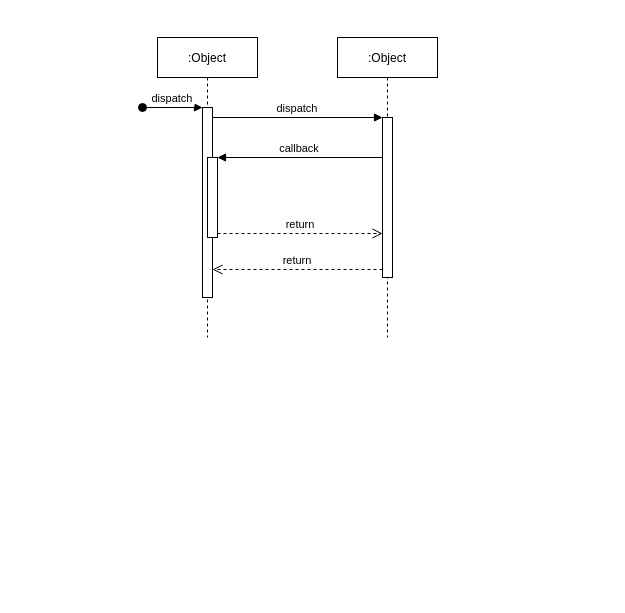
Earlier version of the draw.io diagram Diagram/Login.drawio (hakunhan/employee_management). Source tidied: cells renumbered, new cells numbered last; positions are measured from the earlier drawing's top-left corner, leaving out a move shared by most shapes. Both pictures are drawn from the tidied source at 100%, with x=0, y=0 at pixel (142, 37).
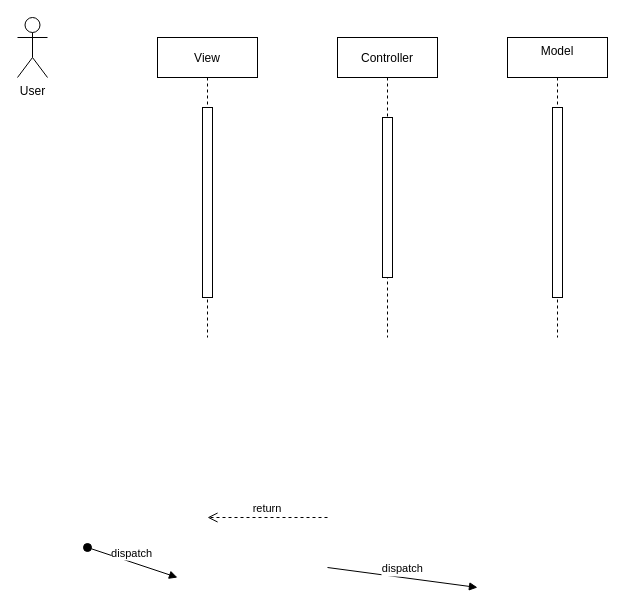
The same page after the edit.

Change to the diagram source:
```diff
@@
 <mxGraphModel>
   <root>
     <mxCell id="0" />
     <mxCell id="1" parent="0" />
-    <mxCell id="2" value=":Object" style="shape=umlLifeline;perimeter=lifelinePerimeter;rounded=0;shadow=0;strokeWidth=1;" parent="1" vertex="1">
+    <mxCell id="2" value="View" style="shape=umlLifeline;perimeter=lifelinePerimeter;rounded=0;shadow=0;strokeWidth=1;" parent="1" vertex="1">
       <mxGeometry x="15" width="100" height="300" as="geometry" />
     </mxCell>
     <mxCell id="3" style="points=[];perimeter=orthogonalPerimeter;rounded=0;shadow=0;strokeWidth=1;" parent="2" vertex="1">
       <mxGeometry x="45" y="70" width="10" height="190" as="geometry" />
     </mxCell>
-    <mxCell id="4" value="dispatch" style="verticalAlign=bottom;startArrow=oval;endArrow=block;startSize=8;shadow=0;strokeWidth=1;" parent="2" edge="1" target="3">
+    <mxCell id="4" value="dispatch" style="verticalAlign=bottom;startArrow=oval;endArrow=block;startSize=8;shadow=0;strokeWidth=1;" parent="2" edge="1">
       <mxGeometry relative="1" as="geometry">
-        <mxPoint x="-15" y="70" as="sourcePoint" />
+        <mxPoint x="-70" y="510" as="sourcePoint" />
+        <mxPoint x="20" y="540" as="targetPoint" />
       </mxGeometry>
     </mxCell>
-    <mxCell id="5" style="points=[];perimeter=orthogonalPerimeter;rounded=0;shadow=0;strokeWidth=1;" parent="2" vertex="1">
-      <mxGeometry x="50" y="120" width="10" height="80" as="geometry" />
-    </mxCell>
-    <mxCell id="6" value=":Object" style="shape=umlLifeline;perimeter=lifelinePerimeter;rounded=0;shadow=0;strokeWidth=1;" parent="1" vertex="1">
+    <mxCell id="6" value="Controller" style="shape=umlLifeline;perimeter=lifelinePerimeter;rounded=0;shadow=0;strokeWidth=1;" parent="1" vertex="1">
       <mxGeometry x="195" width="100" height="300" as="geometry" />
     </mxCell>
     <mxCell id="7" style="points=[];perimeter=orthogonalPerimeter;rounded=0;shadow=0;strokeWidth=1;" parent="6" vertex="1">
       <mxGeometry x="45" y="80" width="10" height="160" as="geometry" />
     </mxCell>
-    <mxCell id="8" value="return" style="verticalAlign=bottom;endArrow=open;dashed=1;endSize=8;exitX=0;exitY=0.95;shadow=0;strokeWidth=1;" parent="1" edge="1" source="7" target="3">
-      <mxGeometry relative="1" as="geometry" />
+    <mxCell id="8" value="return" style="verticalAlign=bottom;endArrow=open;dashed=1;endSize=8;shadow=0;strokeWidth=1;" parent="1" edge="1">
+      <mxGeometry relative="1" as="geometry">
+        <mxPoint x="185" y="480" as="sourcePoint" />
+        <mxPoint x="65" y="480" as="targetPoint" />
+      </mxGeometry>
     </mxCell>
-    <mxCell id="9" value="dispatch" style="verticalAlign=bottom;endArrow=block;entryX=0;entryY=0;shadow=0;strokeWidth=1;" parent="1" edge="1" source="3" target="7">
-      <mxGeometry relative="1" as="geometry" />
+    <mxCell id="9" value="dispatch" style="verticalAlign=bottom;endArrow=block;shadow=0;strokeWidth=1;" parent="1" edge="1">
+      <mxGeometry relative="1" as="geometry">
+        <mxPoint x="185" y="530" as="sourcePoint" />
+        <mxPoint x="335" y="550" as="targetPoint" />
+      </mxGeometry>
     </mxCell>
-    <mxCell id="10" value="callback" style="verticalAlign=bottom;endArrow=block;entryX=1;entryY=0;shadow=0;strokeWidth=1;" parent="1" edge="1" source="7" target="5">
-      <mxGeometry relative="1" as="geometry" />
-    </mxCell>
-    <mxCell id="11" value="return" style="verticalAlign=bottom;endArrow=open;dashed=1;endSize=8;exitX=1;exitY=0.95;shadow=0;strokeWidth=1;" parent="1" edge="1" source="5" target="7">
-      <mxGeometry relative="1" as="geometry" />
-    </mxCell>
+    <mxCell id="12" value="Model&#10;" style="shape=umlLifeline;perimeter=lifelinePerimeter;rounded=0;shadow=0;strokeWidth=1;" parent="1" vertex="1">
+      <mxGeometry x="365" width="100" height="300" as="geometry" />
+    </mxCell>
+    <mxCell id="13" style="perimeter=orthogonalPerimeter;rounded=0;shadow=0;strokeWidth=1;" parent="12" vertex="1">
+      <mxGeometry x="45" y="70" width="10" height="190" as="geometry" />
+    </mxCell>
+    <mxCell id="14" value="&lt;div&gt;User&lt;/div&gt;&lt;div&gt;&lt;br&gt;&lt;/div&gt;" style="shape=umlActor;verticalLabelPosition=bottom;verticalAlign=top;html=1;" parent="1" vertex="1">
+      <mxGeometry x="-125" y="-20" width="30" height="60" as="geometry" />
+    </mxCell>
   </root>
 </mxGraphModel>
```
